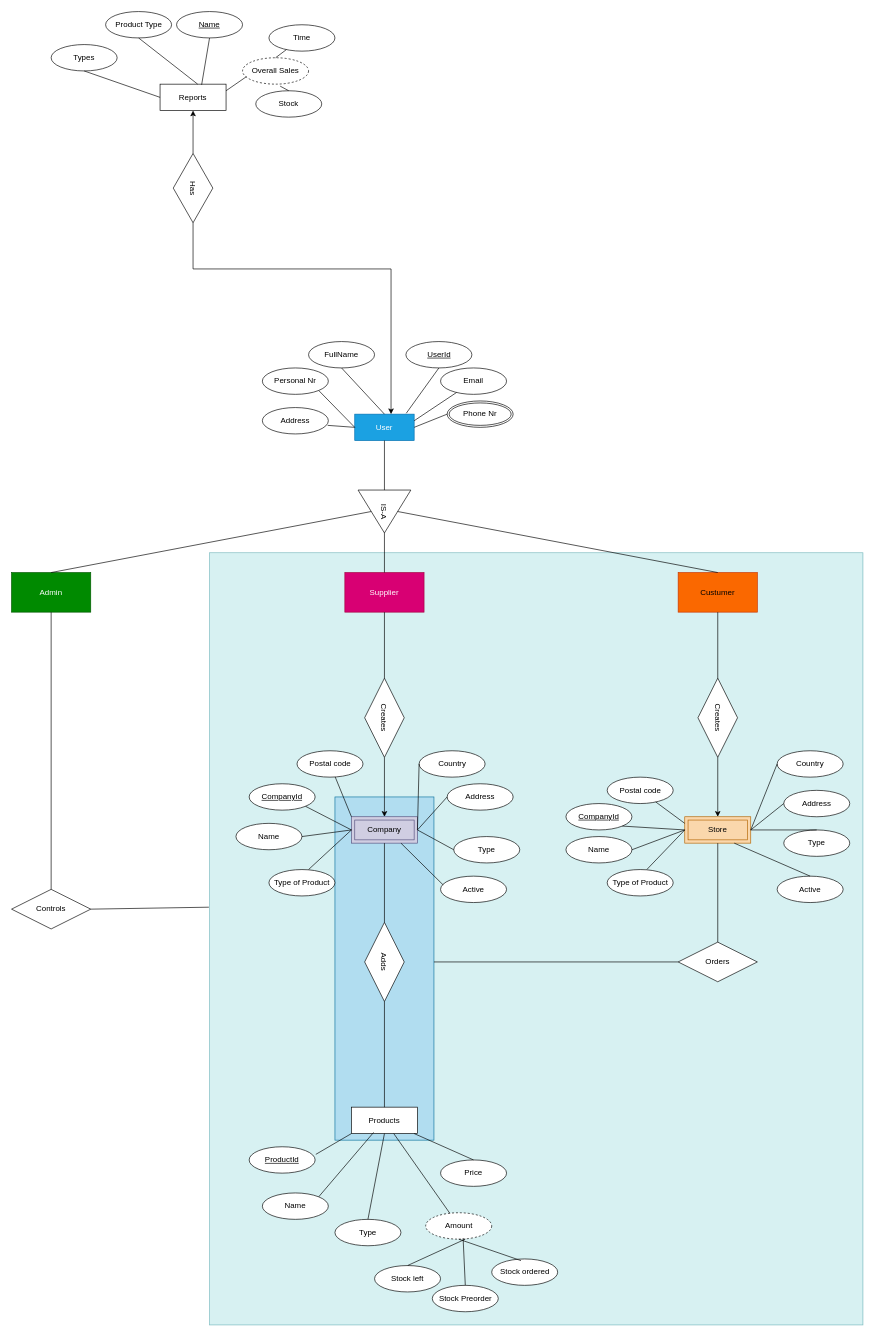
Above: logiccraft.drawio in rinorpacarizi/logixcraft (draw.io), before the change. Source tidied: cells renumbered, new cells numbered last; positions are measured from the earlier drawing's top-left corner, leaving out a move shared by most shapes. Both pictures are drawn from the tidied source at 66%, with x=0, y=0 at pixel (11, 11).
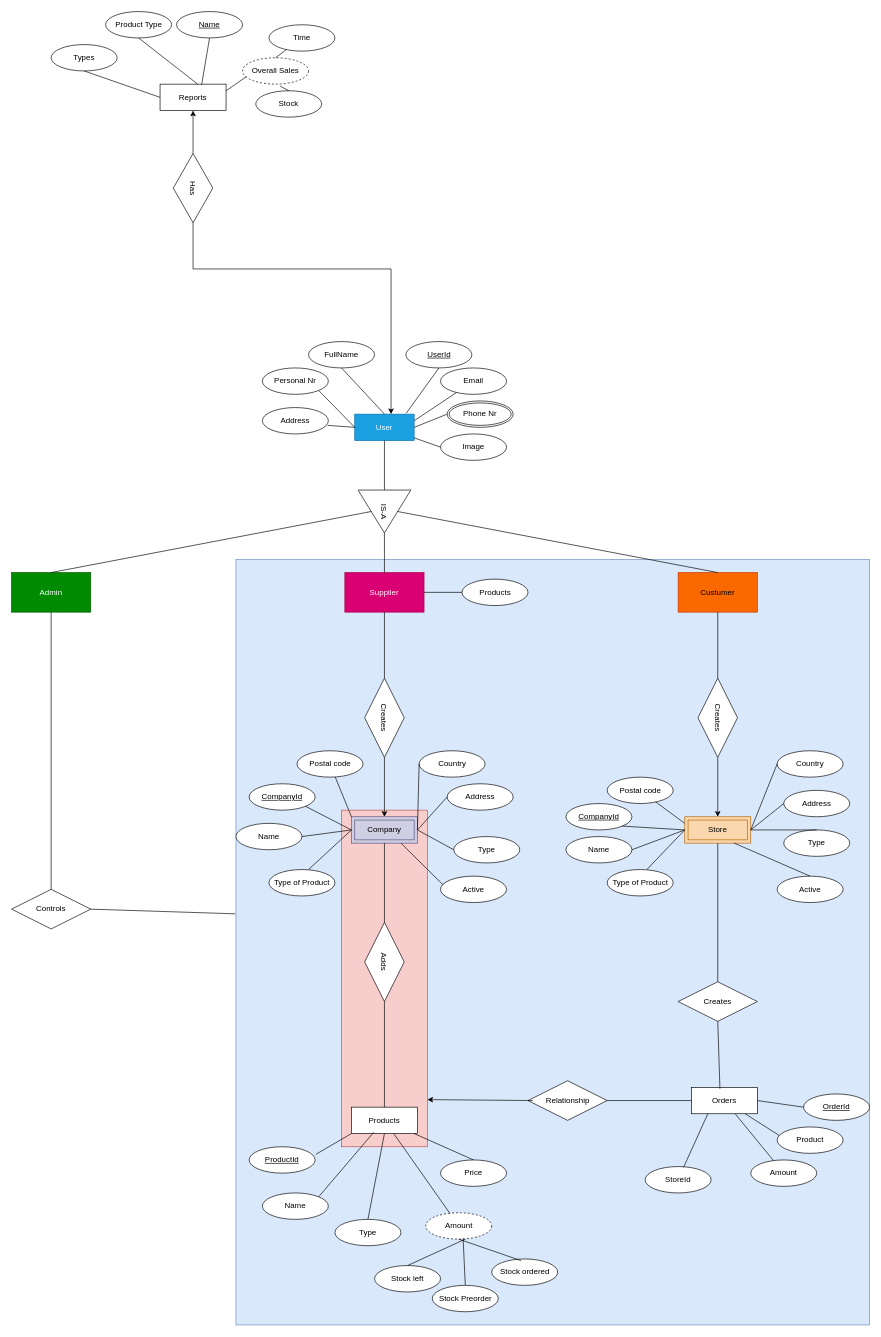
The same page after the edit.

The change refers to these unchanged cells:
```xml
<mxCell id="4" value="User" style="rounded=0;whiteSpace=wrap;html=1;fillColor=#1ba1e2;strokeColor=#006EAF;fontColor=#ffffff;" parent="1" vertex="1">
  <mxGeometry x="520" y="610" width="90" height="40" as="geometry" />
</mxCell>
<mxCell id="9" value="Supplier" style="rounded=0;whiteSpace=wrap;html=1;fillColor=#d80073;fontColor=#ffffff;strokeColor=#A50040;" parent="1" vertex="1">
  <mxGeometry x="505" y="850" width="120" height="60" as="geometry" />
</mxCell>
<mxCell id="32" value="Store" style="shape=ext;margin=3;double=1;whiteSpace=wrap;html=1;align=center;fillColor=#fad7ac;strokeColor=#b46504;" parent="1" vertex="1">
  <mxGeometry x="1020" y="1220" width="100" height="40" as="geometry" />
</mxCell>
<mxCell id="104" value="Controls" style="shape=rhombus;perimeter=rhombusPerimeter;whiteSpace=wrap;html=1;align=center;" parent="1" vertex="1">
  <mxGeometry y="1330" width="120" height="60" as="geometry" />
</mxCell>
```

Change to the diagram source:
```diff
@@
-    <mxCell id="2" style="rounded=0;whiteSpace=wrap;html=1;fillColor=#b0e3e6;strokeColor=#0e8088;opacity=50;" parent="1" vertex="1">
-      <mxGeometry x="300" y="820" width="990" height="1170" as="geometry" />
-    </mxCell>
-    <mxCell id="3" style="rounded=0;whiteSpace=wrap;html=1;fillColor=#b1ddf0;strokeColor=#10739e;" parent="1" vertex="1">
-      <mxGeometry x="490" y="1190" width="150" height="520" as="geometry" />
-    </mxCell>
+    <mxCell id="107" style="rounded=0;whiteSpace=wrap;html=1;fillColor=#dae8fc;strokeColor=#6c8ebf;" parent="1" vertex="1">
+      <mxGeometry x="340" y="830" width="960" height="1160" as="geometry" />
+    </mxCell>
+    <mxCell id="108" style="rounded=0;whiteSpace=wrap;html=1;fillColor=#f8cecc;strokeColor=#b85450;" parent="1" vertex="1">
+      <mxGeometry x="500" y="1210" width="130" height="510" as="geometry" />
+    </mxCell>
@@
-    <mxCell id="81" value="Orders" style="shape=rhombus;perimeter=rhombusPerimeter;whiteSpace=wrap;html=1;align=center;rotation=0;" parent="1" vertex="1">
-      <mxGeometry x="1010" y="1410" width="120" height="60" as="geometry" />
-    </mxCell>
@@
-    <mxCell id="83" style="endArrow=none;html=1;rounded=0;exitX=0.5;exitY=0;exitDx=0;exitDy=0;" parent="1" edge="1" source="81" target="32">
+    <mxCell id="83" style="endArrow=none;html=1;rounded=0;exitX=0.5;exitY=0;exitDx=0;exitDy=0;" parent="1" edge="1" source="109" target="32">
       <mxGeometry relative="1" as="geometry" />
     </mxCell>
@@
-    <mxCell id="87" style="endArrow=none;html=1;rounded=0;entryX=0;entryY=0.5;entryDx=0;entryDy=0;" parent="1" edge="1" target="81">
-      <mxGeometry relative="1" as="geometry">
-        <mxPoint x="640" y="1440" as="sourcePoint" />
-      </mxGeometry>
-    </mxCell>
@@
-    <mxCell id="105" style="endArrow=none;html=1;rounded=0;entryX=-0.001;entryY=0.459;entryDx=0;entryDy=0;entryPerimeter=0;exitX=1;exitY=0.5;exitDx=0;exitDy=0;" parent="1" edge="1" source="104" target="2">
+    <mxCell id="105" style="endArrow=none;html=1;rounded=0;entryX=-0.001;entryY=0.463;entryDx=0;entryDy=0;entryPerimeter=0;exitX=1;exitY=0.5;exitDx=0;exitDy=0;" parent="1" edge="1" source="104" target="107">
       <mxGeometry relative="1" as="geometry" />
     </mxCell>
@@
+    <mxCell id="81" value="Orders" style="whiteSpace=wrap;html=1;align=center;" parent="1" vertex="1">
+      <mxGeometry x="1030" y="1630" width="100" height="40" as="geometry" />
+    </mxCell>
+    <mxCell id="109" value="Creates" style="shape=rhombus;perimeter=rhombusPerimeter;whiteSpace=wrap;html=1;align=center;" parent="1" vertex="1">
+      <mxGeometry x="1010" y="1470" width="120" height="60" as="geometry" />
+    </mxCell>
+    <mxCell id="110" style="endArrow=none;html=1;rounded=0;entryX=0.5;entryY=1;entryDx=0;entryDy=0;exitX=0.433;exitY=0.054;exitDx=0;exitDy=0;exitPerimeter=0;" parent="1" edge="1" source="81" target="109">
+      <mxGeometry relative="1" as="geometry" />
+    </mxCell>
+    <mxCell id="111" value="Relationship" style="shape=rhombus;perimeter=rhombusPerimeter;whiteSpace=wrap;html=1;align=center;" parent="1" vertex="1">
+      <mxGeometry x="782.5" y="1620" width="120" height="60" as="geometry" />
+    </mxCell>
+    <mxCell id="112" style="endArrow=none;html=1;rounded=0;exitX=1;exitY=0.5;exitDx=0;exitDy=0;" parent="1" edge="1" source="111" target="81">
+      <mxGeometry relative="1" as="geometry" />
+    </mxCell>
+    <mxCell id="113" style="endArrow=classic;html=1;rounded=0;entryX=1;entryY=0.86;entryDx=0;entryDy=0;entryPerimeter=0;exitX=0.063;exitY=0.5;exitDx=0;exitDy=0;exitPerimeter=0;" parent="1" edge="1" source="111" target="108">
+      <mxGeometry relative="1" as="geometry" />
+    </mxCell>
+    <mxCell id="114" value="OrderId" style="ellipse;whiteSpace=wrap;html=1;align=center;fontStyle=4;" parent="1" vertex="1">
+      <mxGeometry x="1200" y="1640" width="100" height="40" as="geometry" />
+    </mxCell>
+    <mxCell id="115" value="Product" style="ellipse;whiteSpace=wrap;html=1;align=center;" parent="1" vertex="1">
+      <mxGeometry x="1160" y="1690" width="100" height="40" as="geometry" />
+    </mxCell>
+    <mxCell id="116" value="Amount" style="ellipse;whiteSpace=wrap;html=1;align=center;" parent="1" vertex="1">
+      <mxGeometry x="1120" y="1740" width="100" height="40" as="geometry" />
+    </mxCell>
+    <mxCell id="117" value="StoreId" style="ellipse;whiteSpace=wrap;html=1;align=center;" parent="1" vertex="1">
+      <mxGeometry x="960" y="1750" width="100" height="40" as="geometry" />
+    </mxCell>
+    <mxCell id="118" style="endArrow=none;html=1;rounded=0;" parent="1" edge="1" source="81" target="116">
+      <mxGeometry relative="1" as="geometry" />
+    </mxCell>
+    <mxCell id="119" style="endArrow=none;html=1;rounded=0;entryX=0.031;entryY=0.322;entryDx=0;entryDy=0;entryPerimeter=0;" parent="1" edge="1" source="81" target="115">
+      <mxGeometry relative="1" as="geometry" />
+    </mxCell>
+    <mxCell id="120" style="endArrow=none;html=1;rounded=0;entryX=0;entryY=0.5;entryDx=0;entryDy=0;exitX=1;exitY=0.5;exitDx=0;exitDy=0;" parent="1" edge="1" source="81" target="114">
+      <mxGeometry relative="1" as="geometry" />
+    </mxCell>
+    <mxCell id="121" style="endArrow=none;html=1;rounded=0;exitX=0.25;exitY=1;exitDx=0;exitDy=0;entryX=0.582;entryY=0.029;entryDx=0;entryDy=0;entryPerimeter=0;" parent="1" edge="1" source="81" target="117">
+      <mxGeometry relative="1" as="geometry" />
+    </mxCell>
+    <mxCell id="122" value="Products" style="ellipse;whiteSpace=wrap;html=1;align=center;" parent="1" vertex="1">
+      <mxGeometry x="682.5" y="860" width="100" height="40" as="geometry" />
+    </mxCell>
+    <mxCell id="123" style="endArrow=none;html=1;rounded=0;entryX=1;entryY=0.5;entryDx=0;entryDy=0;exitX=0;exitY=0.5;exitDx=0;exitDy=0;" parent="1" edge="1" source="122" target="9">
+      <mxGeometry relative="1" as="geometry" />
+    </mxCell>
+    <mxCell id="124" value="Image" style="ellipse;whiteSpace=wrap;html=1;align=center;" parent="1" vertex="1">
+      <mxGeometry x="650" y="640" width="100" height="40" as="geometry" />
+    </mxCell>
+    <mxCell id="125" style="endArrow=none;html=1;rounded=0;exitX=0;exitY=0.5;exitDx=0;exitDy=0;" parent="1" edge="1" source="124" target="4">
+      <mxGeometry relative="1" as="geometry" />
+    </mxCell>
```
